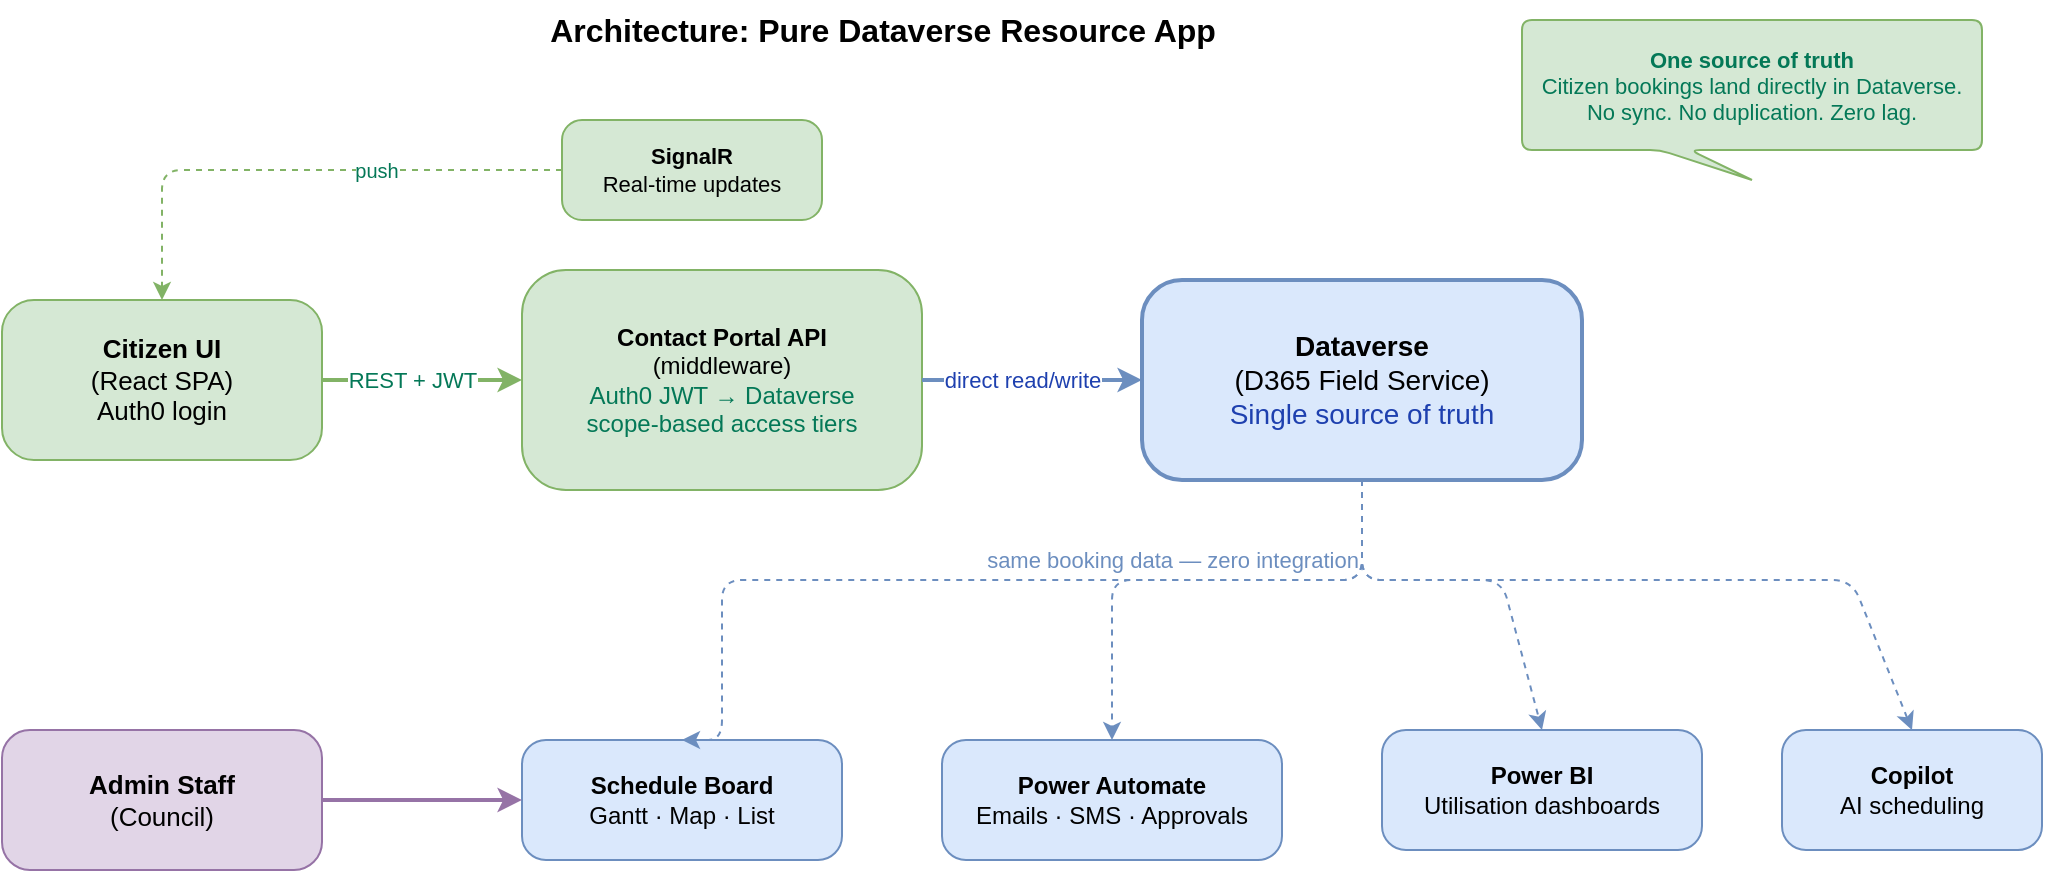
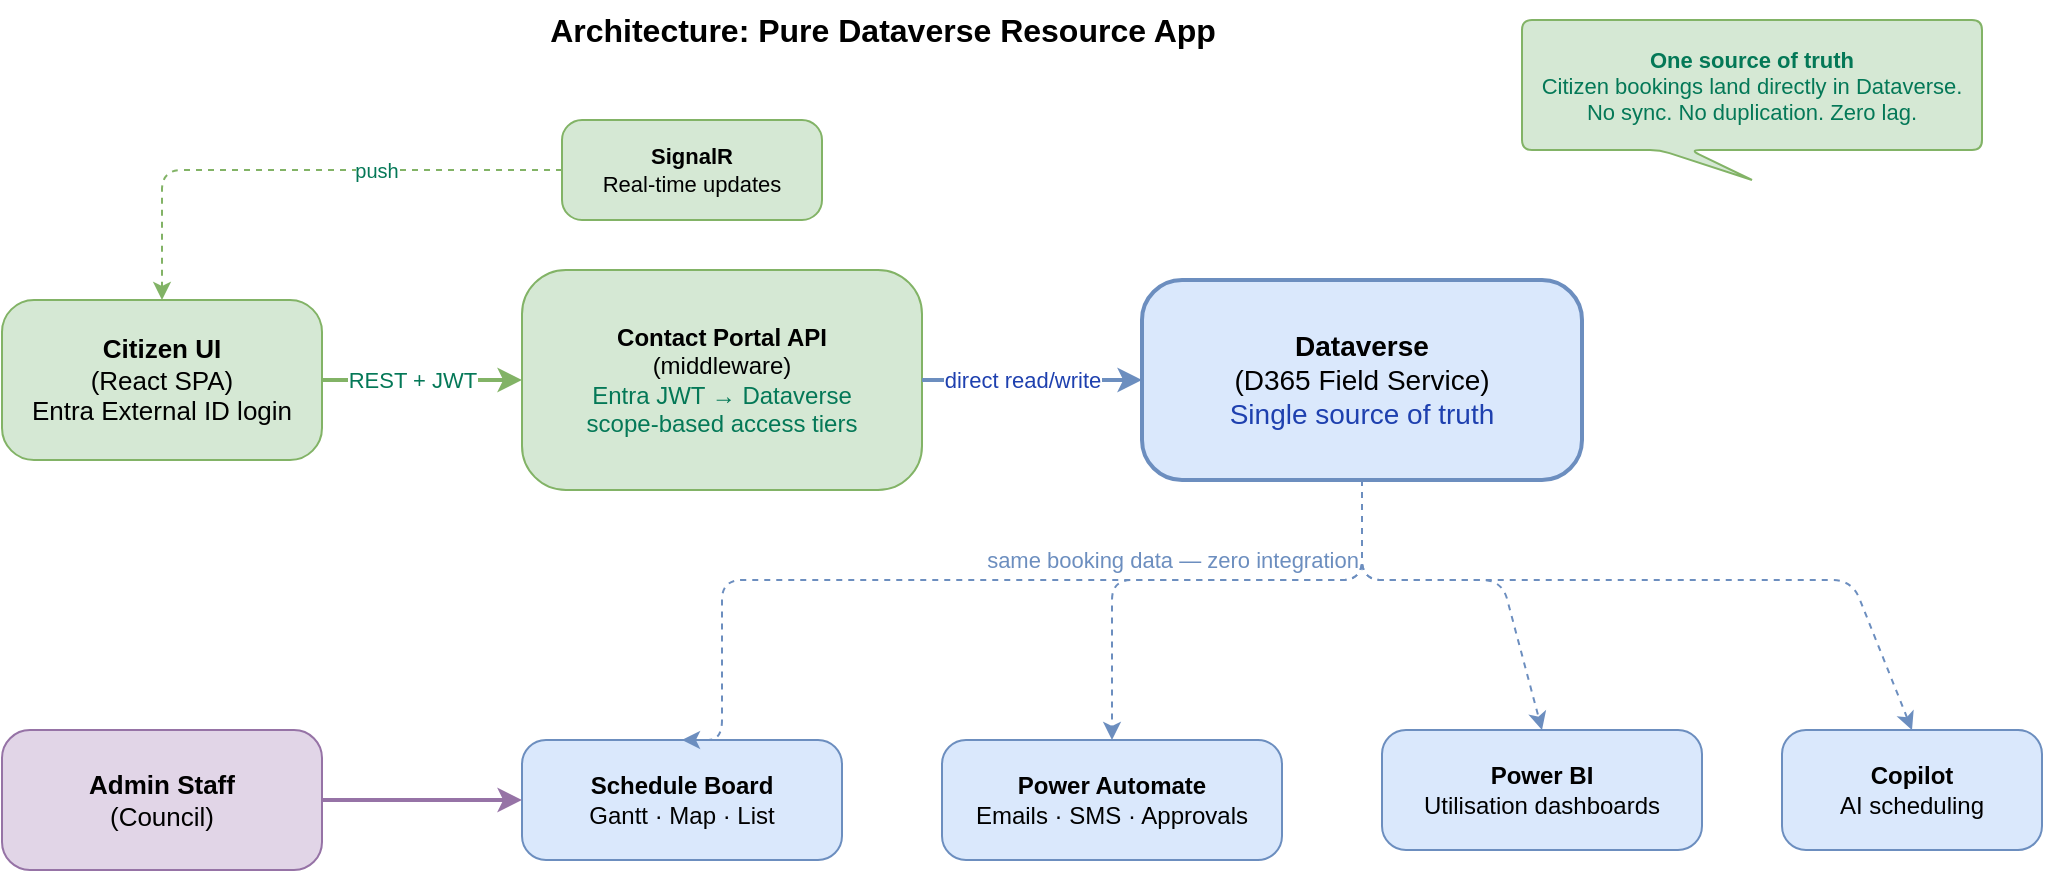
<mxfile host="65bd71144e">
    <diagram id="our-arch" name="Our Architecture (Single Backend)">
        <mxGraphModel dx="2306" dy="1139" grid="1" gridSize="10" guides="1" tooltips="1" connect="1" arrows="1" fold="1" page="1" pageScale="1" pageWidth="1100" pageHeight="700" math="0" shadow="0">
            <root>
                <mxCell id="0"/>
                <mxCell id="1" parent="0"/>
                <mxCell id="title" value="&lt;b&gt;Architecture: Pure Dataverse Resource App&lt;/b&gt;" style="text;html=1;align=center;verticalAlign=middle;resizable=0;points=[];autosize=1;strokeColor=none;fillColor=none;fontSize=16;" parent="1" vertex="1">
                    <mxGeometry x="320" y="20" width="360" height="30" as="geometry"/>
                </mxCell>
-                 <mxCell id="citizen" value="&lt;b&gt;Citizen UI&lt;/b&gt;&lt;br&gt;(React SPA)&lt;br&gt;Auth0 login" style="rounded=1;whiteSpace=wrap;html=1;fillColor=#d5e8d4;strokeColor=#82b366;fontSize=13;verticalAlign=middle;arcSize=20;" parent="1" vertex="1">
+                 <mxCell id="citizen" value="&lt;b&gt;Citizen UI&lt;/b&gt;&lt;br&gt;(React SPA)&lt;br&gt;Entra External ID login" style="rounded=1;whiteSpace=wrap;html=1;fillColor=#d5e8d4;strokeColor=#82b366;fontSize=13;verticalAlign=middle;arcSize=20;" parent="1" vertex="1">
                    <mxGeometry x="60" y="170" width="160" height="80" as="geometry"/>
                </mxCell>
-                 <mxCell id="api" value="&lt;b&gt;Contact Portal API&lt;/b&gt;&lt;br&gt;(middleware)&lt;br&gt;&lt;font color=&quot;#047857&quot;&gt;Auth0 JWT → Dataverse&lt;br&gt;scope-based access tiers&lt;/font&gt;" style="rounded=1;whiteSpace=wrap;html=1;fillColor=#d5e8d4;strokeColor=#82b366;fontSize=12;verticalAlign=middle;arcSize=20;" parent="1" vertex="1">
+                 <mxCell id="api" value="&lt;b&gt;Contact Portal API&lt;/b&gt;&lt;br&gt;(middleware)&lt;br&gt;&lt;font color=&quot;#047857&quot;&gt;Entra JWT → Dataverse&lt;br&gt;scope-based access tiers&lt;/font&gt;" style="rounded=1;whiteSpace=wrap;html=1;fillColor=#d5e8d4;strokeColor=#82b366;fontSize=12;verticalAlign=middle;arcSize=20;" parent="1" vertex="1">
                    <mxGeometry x="320" y="155" width="200" height="110" as="geometry"/>
                </mxCell>
                <mxCell id="dataverse" value="&lt;b&gt;Dataverse&lt;/b&gt;&lt;br&gt;(D365 Field Service)&lt;br&gt;&lt;font color=&quot;#1e40af&quot;&gt;Single source of truth&lt;/font&gt;" style="rounded=1;whiteSpace=wrap;html=1;fillColor=#dae8fc;strokeColor=#6c8ebf;fontSize=14;verticalAlign=middle;arcSize=20;strokeWidth=2;" parent="1" vertex="1">
                    <mxGeometry x="630" y="160" width="220" height="100" as="geometry"/>
                </mxCell>
                <mxCell id="admin" value="&lt;b&gt;Admin Staff&lt;/b&gt;&lt;br&gt;(Council)" style="rounded=1;whiteSpace=wrap;html=1;fillColor=#e1d5e7;strokeColor=#9673a6;fontSize=13;verticalAlign=middle;arcSize=20;" parent="1" vertex="1">
                    <mxGeometry x="60" y="385" width="160" height="70" as="geometry"/>
                </mxCell>
                <mxCell id="board" value="&lt;b&gt;Schedule Board&lt;/b&gt;&lt;br&gt;Gantt · Map · List" style="rounded=1;whiteSpace=wrap;html=1;fillColor=#dae8fc;strokeColor=#6c8ebf;fontSize=12;verticalAlign=middle;arcSize=20;" parent="1" vertex="1">
                    <mxGeometry x="320" y="390" width="160" height="60" as="geometry"/>
                </mxCell>
                <mxCell id="automate" value="&lt;b&gt;Power Automate&lt;/b&gt;&lt;br&gt;Emails · SMS · Approvals" style="rounded=1;whiteSpace=wrap;html=1;fillColor=#dae8fc;strokeColor=#6c8ebf;fontSize=12;verticalAlign=middle;arcSize=20;" parent="1" vertex="1">
                    <mxGeometry x="530" y="390" width="170" height="60" as="geometry"/>
                </mxCell>
                <mxCell id="pbi" value="&lt;b&gt;Power BI&lt;/b&gt;&lt;br&gt;Utilisation dashboards" style="rounded=1;whiteSpace=wrap;html=1;fillColor=#dae8fc;strokeColor=#6c8ebf;fontSize=12;verticalAlign=middle;arcSize=20;" parent="1" vertex="1">
                    <mxGeometry x="750" y="385" width="160" height="60" as="geometry"/>
                </mxCell>
                <mxCell id="copilot" value="&lt;b&gt;Copilot&lt;/b&gt;&lt;br&gt;AI scheduling" style="rounded=1;whiteSpace=wrap;html=1;fillColor=#dae8fc;strokeColor=#6c8ebf;fontSize=12;verticalAlign=middle;arcSize=20;" parent="1" vertex="1">
                    <mxGeometry x="950" y="385" width="130" height="60" as="geometry"/>
                </mxCell>
                <mxCell id="signalr" value="&lt;b&gt;SignalR&lt;/b&gt;&lt;br&gt;Real-time updates" style="rounded=1;whiteSpace=wrap;html=1;fillColor=#d5e8d4;strokeColor=#82b366;fontSize=11;verticalAlign=middle;arcSize=20;" parent="1" vertex="1">
                    <mxGeometry x="340" y="80" width="130" height="50" as="geometry"/>
                </mxCell>
                <mxCell id="e1" style="edgeStyle=orthogonalEdgeStyle;rounded=1;orthogonalLoop=1;jettySize=auto;exitX=1;exitY=0.5;exitDx=0;exitDy=0;entryX=0;entryY=0.5;entryDx=0;entryDy=0;strokeWidth=2;strokeColor=#82b366;" parent="1" source="citizen" target="api" edge="1">
                    <mxGeometry relative="1" as="geometry"/>
                </mxCell>
                <mxCell id="e1label" value="REST + JWT" style="edgeLabel;html=1;align=center;verticalAlign=middle;resizable=0;points=[];fontSize=11;fontColor=#047857;" parent="e1" vertex="1" connectable="0">
                    <mxGeometry x="-0.1" relative="1" as="geometry">
                        <mxPoint as="offset"/>
                    </mxGeometry>
                </mxCell>
                <mxCell id="e2" style="edgeStyle=orthogonalEdgeStyle;rounded=1;orthogonalLoop=1;jettySize=auto;exitX=1;exitY=0.5;exitDx=0;exitDy=0;entryX=0;entryY=0.5;entryDx=0;entryDy=0;strokeWidth=2;strokeColor=#6c8ebf;" parent="1" source="api" target="dataverse" edge="1">
                    <mxGeometry relative="1" as="geometry"/>
                </mxCell>
                <mxCell id="e2label" value="direct read/write" style="edgeLabel;html=1;align=center;verticalAlign=middle;resizable=0;points=[];fontSize=11;fontColor=#1e40af;" parent="e2" vertex="1" connectable="0">
                    <mxGeometry x="-0.1" relative="1" as="geometry">
                        <mxPoint as="offset"/>
                    </mxGeometry>
                </mxCell>
                <mxCell id="e3" style="edgeStyle=orthogonalEdgeStyle;rounded=1;orthogonalLoop=1;jettySize=auto;exitX=1;exitY=0.5;exitDx=0;exitDy=0;entryX=0;entryY=0.5;entryDx=0;entryDy=0;strokeWidth=2;strokeColor=#9673a6;" parent="1" source="admin" target="board" edge="1">
                    <mxGeometry relative="1" as="geometry"/>
                </mxCell>
                <mxCell id="e4" style="edgeStyle=orthogonalEdgeStyle;rounded=1;orthogonalLoop=1;jettySize=auto;exitX=0.5;exitY=1;exitDx=0;exitDy=0;entryX=0.5;entryY=0;entryDx=0;entryDy=0;strokeWidth=1;strokeColor=#6c8ebf;dashed=1;" parent="1" source="dataverse" target="board" edge="1">
                    <mxGeometry relative="1" as="geometry">
                        <Array as="points">
                            <mxPoint x="740" y="310"/>
                            <mxPoint x="420" y="310"/>
                        </Array>
                    </mxGeometry>
                </mxCell>
                <mxCell id="e5" style="exitX=0.5;exitY=1;exitDx=0;exitDy=0;entryX=0.5;entryY=0;entryDx=0;entryDy=0;strokeWidth=1;strokeColor=#6c8ebf;dashed=1;" parent="1" source="dataverse" target="automate" edge="1">
                    <mxGeometry relative="1" as="geometry">
                        <Array as="points">
                            <mxPoint x="740" y="310"/>
                            <mxPoint x="615" y="310"/>
                        </Array>
                    </mxGeometry>
                </mxCell>
                <mxCell id="e6" style="exitX=0.5;exitY=1;exitDx=0;exitDy=0;entryX=0.5;entryY=0;entryDx=0;entryDy=0;strokeWidth=1;strokeColor=#6c8ebf;dashed=1;" parent="1" source="dataverse" target="pbi" edge="1">
                    <mxGeometry relative="1" as="geometry">
                        <Array as="points">
                            <mxPoint x="740" y="310"/>
                            <mxPoint x="810" y="310"/>
                        </Array>
                    </mxGeometry>
                </mxCell>
                <mxCell id="e7" style="exitX=0.5;exitY=1;exitDx=0;exitDy=0;entryX=0.5;entryY=0;entryDx=0;entryDy=0;strokeWidth=1;strokeColor=#6c8ebf;dashed=1;" parent="1" source="dataverse" target="copilot" edge="1">
                    <mxGeometry relative="1" as="geometry">
                        <Array as="points">
                            <mxPoint x="740" y="310"/>
                            <mxPoint x="985" y="310"/>
                        </Array>
                    </mxGeometry>
                </mxCell>
                <mxCell id="e8" style="edgeStyle=orthogonalEdgeStyle;rounded=1;exitX=0;exitY=0.5;exitDx=0;exitDy=0;entryX=0.5;entryY=0;entryDx=0;entryDy=0;strokeWidth=1;strokeColor=#82b366;dashed=1;" parent="1" source="signalr" target="citizen" edge="1">
                    <mxGeometry relative="1" as="geometry">
                        <Array as="points">
                            <mxPoint x="140" y="105"/>
                        </Array>
                    </mxGeometry>
                </mxCell>
                <mxCell id="e8label" value="push" style="edgeLabel;html=1;align=center;verticalAlign=middle;resizable=0;points=[];fontSize=10;fontColor=#047857;" parent="e8" vertex="1" connectable="0">
                    <mxGeometry x="-0.3" relative="1" as="geometry">
                        <mxPoint as="offset"/>
                    </mxGeometry>
                </mxCell>
                <mxCell id="success" value="&lt;font color=&quot;#047857&quot;&gt;&lt;b&gt;One source of truth&lt;/b&gt;&lt;br&gt;Citizen bookings land directly in Dataverse.&lt;br&gt;No sync. No duplication. Zero lag.&lt;/font&gt;" style="shape=callout;whiteSpace=wrap;html=1;perimeter=calloutPerimeter;size=15;position=0.3;fillColor=#d5e8d4;strokeColor=#82b366;fontSize=11;rounded=1;arcSize=10;base=15;" parent="1" vertex="1">
                    <mxGeometry x="820" y="30" width="230" height="80" as="geometry"/>
                </mxCell>
                <mxCell id="samedata" value="&lt;font color=&quot;#6c8ebf&quot;&gt;same booking data — zero integration&lt;/font&gt;" style="text;html=1;align=center;verticalAlign=middle;resizable=0;points=[];autosize=1;strokeColor=none;fillColor=none;fontSize=11;" parent="1" vertex="1">
                    <mxGeometry x="530" y="290" width="230" height="20" as="geometry"/>
                </mxCell>
            </root>
        </mxGraphModel>
    </diagram>
</mxfile>